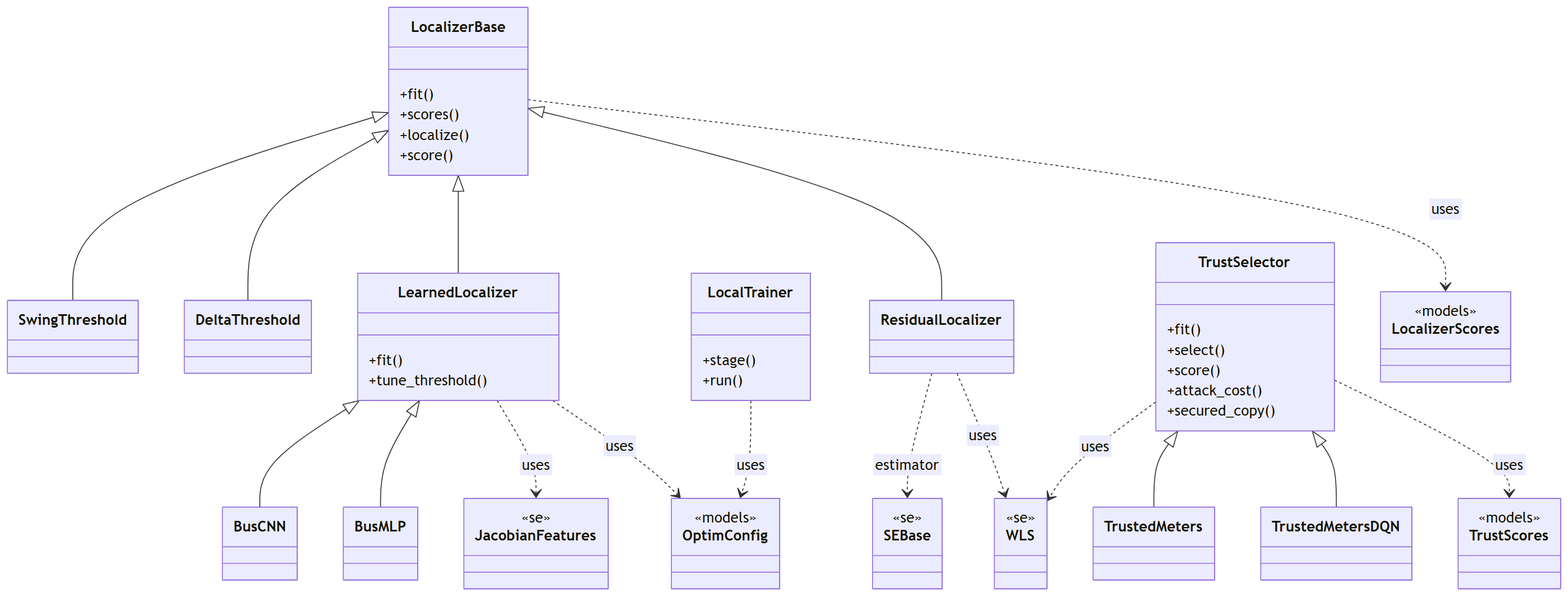
myersben9/fdia-graph keeps this Mermaid diagram as docs/figures/diagrams/classes_localization_trust.png. Above is the earlier version. Its source is kept beside it as docs/figures/diagrams/classes_localization_trust.mmd.
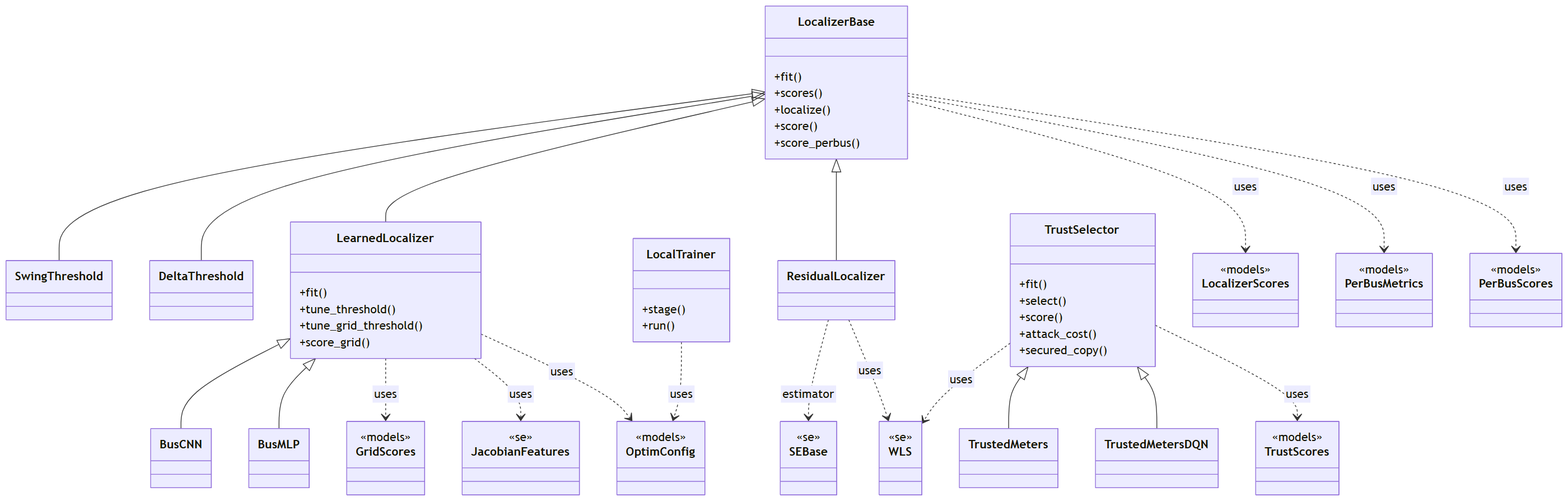
After the commit.

The edit, as a diff of the source:
```diff
@@ -4,6 +4,7 @@
         +scores()
         +localize()
         +score()
+        +score_perbus()
     }
     class SwingThreshold {
     }
@@ -14,6 +15,8 @@
     class LearnedLocalizer {
         +fit()
         +tune_threshold()
+        +tune_grid_threshold()
+        +score_grid()
     }
     class LocalTrainer {
         +stage()
@@ -34,6 +37,9 @@
     }
     class TrustedMetersDQN {
     }
+    class GridScores {
+        <<models>>
+    }
     class JacobianFeatures {
         <<se>>
     }
@@ -41,6 +47,12 @@
         <<models>>
     }
     class OptimConfig {
+        <<models>>
+    }
+    class PerBusMetrics {
+        <<models>>
+    }
+    class PerBusScores {
         <<models>>
     }
     class SEBase {
@@ -60,10 +72,13 @@
     LocalizerBase <|-- SwingThreshold
     TrustSelector <|-- TrustedMeters
     TrustSelector <|-- TrustedMetersDQN
+    LearnedLocalizer ..> GridScores : uses
     LearnedLocalizer ..> JacobianFeatures : uses
     LearnedLocalizer ..> OptimConfig : uses
     LocalTrainer ..> OptimConfig : uses
     LocalizerBase ..> LocalizerScores : uses
+    LocalizerBase ..> PerBusMetrics : uses
+    LocalizerBase ..> PerBusScores : uses
     ResidualLocalizer ..> SEBase : estimator
     ResidualLocalizer ..> WLS : uses
     TrustSelector ..> TrustScores : uses
```
